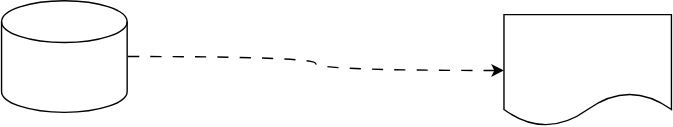
zhangzhefang-github/animated-diagram keeps this draw.io diagram as docs/test.drawio.svg. Above is the earlier version. Source tidied: cells renumbered, new cells last; positions are measured from the earlier drawing's top-left corner, leaving out a move shared by most shapes.
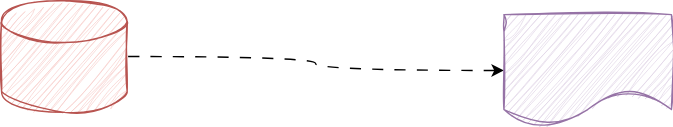
The same file after the commit.

Diff of the diagram source:
```diff
@@ -5,10 +5,10 @@
     <mxCell id="2" style="edgeStyle=orthogonalEdgeStyle;rounded=0;jettySize=auto;html=1;flowAnimation=1;curved=1;entryX=0;entryY=0.5;entryDx=0;entryDy=0;" parent="1" edge="1" source="3" target="4">
       <mxGeometry relative="1" as="geometry" />
     </mxCell>
-    <mxCell id="3" style="shape=cylinder3;whiteSpace=wrap;html=1;boundedLbl=1;backgroundOutline=1;size=15;" parent="1" vertex="1">
+    <mxCell id="3" style="shape=cylinder3;whiteSpace=wrap;html=1;boundedLbl=1;backgroundOutline=1;size=15;fillColor=#f8cecc;strokeColor=#b85450;sketch=1;curveFitting=1;jiggle=2;" parent="1" vertex="1">
       <mxGeometry width="90" height="80" as="geometry" />
     </mxCell>
-    <mxCell id="4" style="shape=document;whiteSpace=wrap;html=1;boundedLbl=1;" parent="1" vertex="1">
+    <mxCell id="4" style="shape=document;whiteSpace=wrap;html=1;boundedLbl=1;sketch=1;curveFitting=1;jiggle=2;fillColor=#e1d5e7;strokeColor=#9673a6;" parent="1" vertex="1">
       <mxGeometry x="360" y="10" width="120" height="80" as="geometry" />
     </mxCell>
   </root>
```
